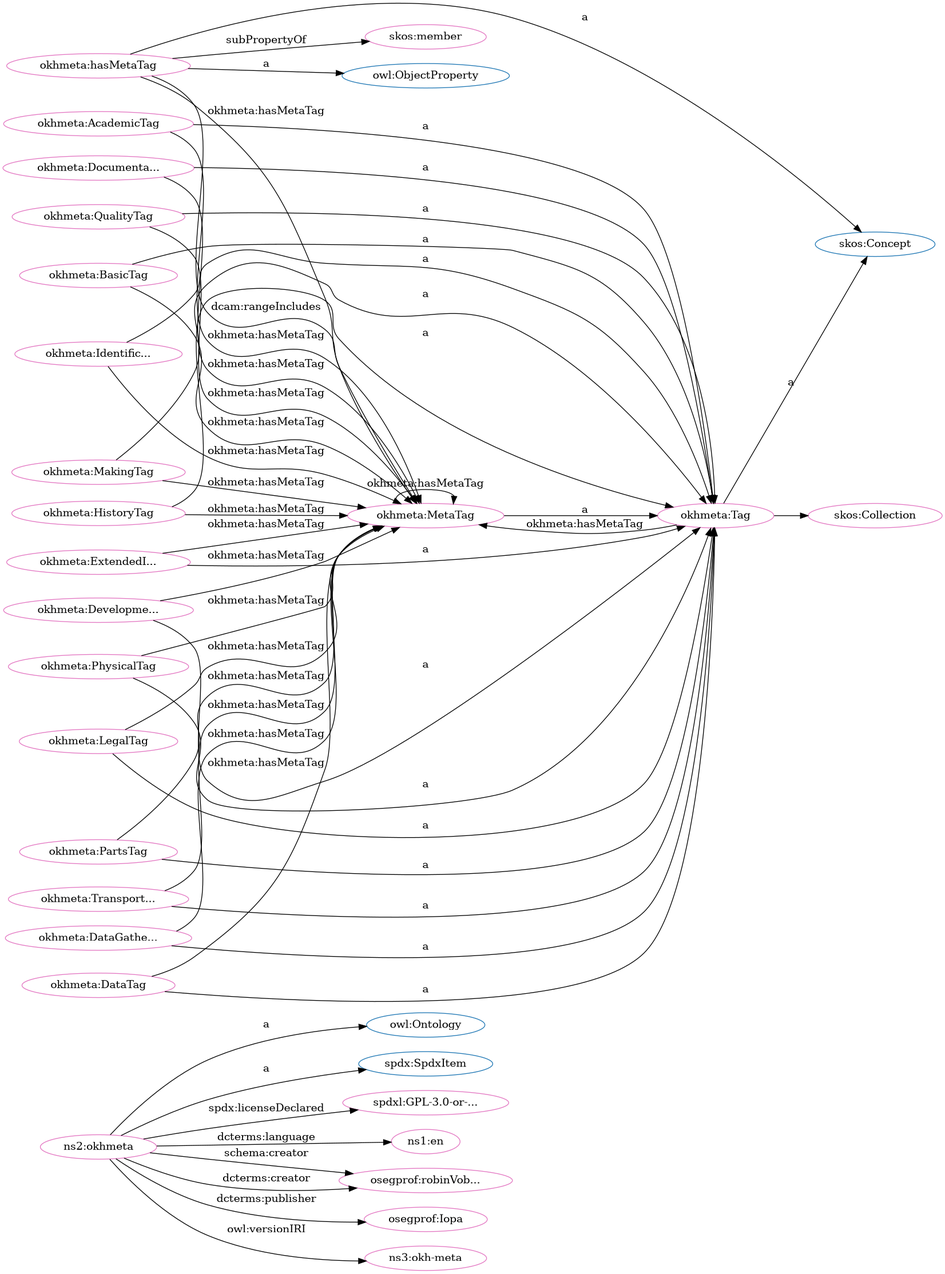
This is src/spec/dot_okh-meta.png from iop-alliance/OpenKnowHow, a Graphviz export, as it was before one commit. Its source is kept beside it as src/spec/dot_okh-meta.dot.
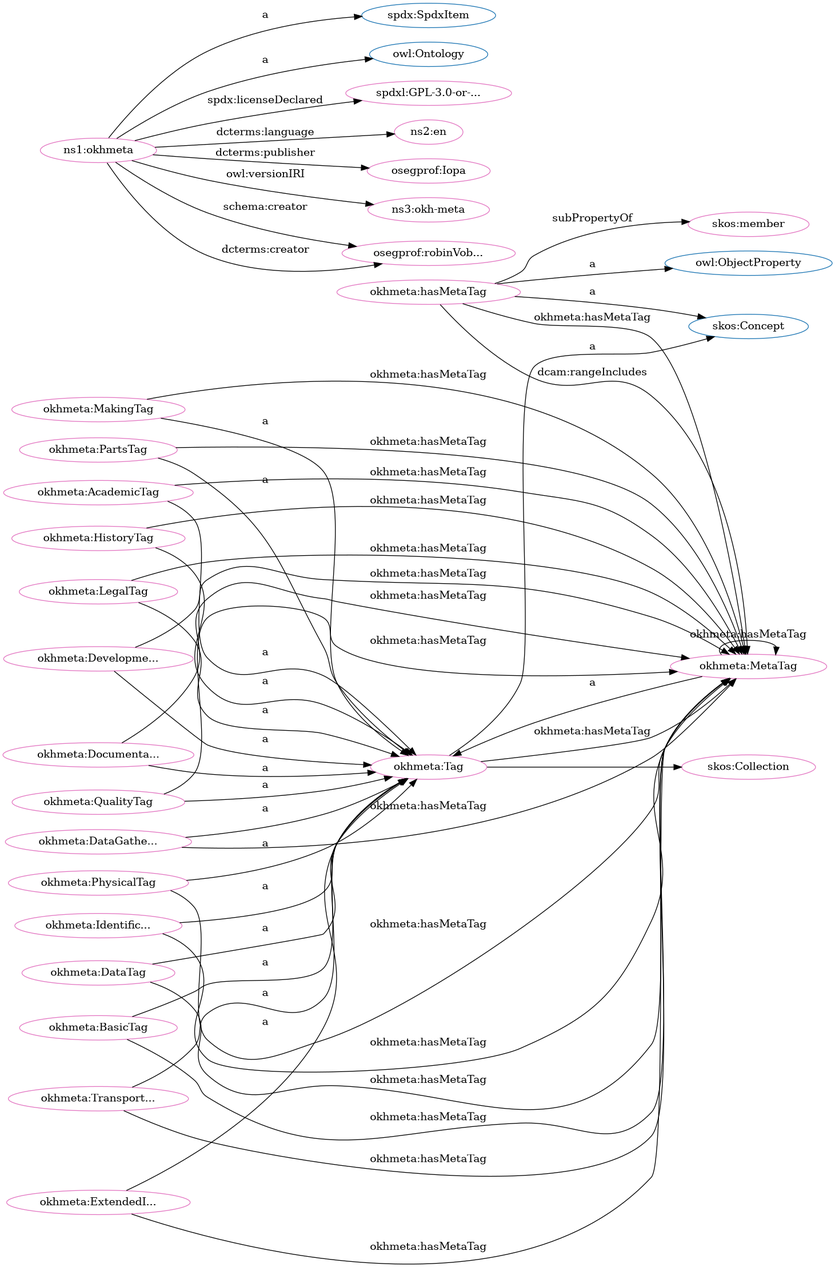
After the change.

What changed in the source:
```diff
@@ -1,84 +1,84 @@
 digraph G {
   rankdir=BT
   node[height=.3]
+"http://www.w3.org/2004/02/skos/core#Collection" [fillcolor="#1f77b4" color="#1f77b4" label="skos:Collection"]
+"http://spdx.org/rdf/terms#SpdxItem" [fillcolor="#1f77b4" color="#1f77b4" label="spdx:SpdxItem"]
+"http://w3id.org/oseg/ont/okhmeta#Tag" [fillcolor="#1f77b4" color="#1f77b4" label="okhmeta:Tag"]
+"http://www.w3.org/2004/02/skos/core#Concept" [fillcolor="#1f77b4" color="#1f77b4" label="skos:Concept"]
+"http://www.w3.org/2002/07/owl#ObjectProperty" [fillcolor="#1f77b4" color="#1f77b4" label="owl:ObjectProperty"]
 "http://www.w3.org/2002/07/owl#Ontology" [fillcolor="#1f77b4" color="#1f77b4" label="owl:Ontology"]
-"http://www.w3.org/2002/07/owl#ObjectProperty" [fillcolor="#1f77b4" color="#1f77b4" label="owl:ObjectProperty"]
-"http://www.w3.org/2004/02/skos/core#Collection" [fillcolor="#1f77b4" color="#1f77b4" label="skos:Collection"]
-"http://www.w3.org/2004/02/skos/core#Concept" [fillcolor="#1f77b4" color="#1f77b4" label="skos:Concept"]
-"http://w3id.org/oseg/ont/okhmeta#Tag" [fillcolor="#1f77b4" color="#1f77b4" label="okhmeta:Tag"]
-"http://spdx.org/rdf/terms#SpdxItem" [fillcolor="#1f77b4" color="#1f77b4" label="spdx:SpdxItem"]
-"http://w3id.org/oseg/ont/okhmeta#ExtendedInfoTag" [fillcolor="#e377c2" color="#e377c2" label="okhmeta:ExtendedI..."]
-"http://w3id.org/oseg/ont/okhmeta#DataTag" [fillcolor="#e377c2" color="#e377c2" label="okhmeta:DataTag"]
+"http://spdx.org/licenses/GPL-3.0-or-later" [fillcolor="#e377c2" color="#e377c2" label="spdxl:GPL-3.0-or-..."]
+"http://w3id.org/oseg/ont/okhmeta" [fillcolor="#e377c2" color="#e377c2" label="ns1:okhmeta"]
+"http://www.w3.org/2004/02/skos/core#member" [fillcolor="#e377c2" color="#e377c2" label="skos:member"]
 "http://w3id.org/oseg/ont/okhmeta#IdentificationTag" [fillcolor="#e377c2" color="#e377c2" label="okhmeta:Identific..."]
 "http://w3id.org/oseg/ont/okhmeta#MetaTag" [fillcolor="#e377c2" color="#e377c2" label="okhmeta:MetaTag"]
-"http://w3id.org/oseg/ont/okhmeta#LegalTag" [fillcolor="#e377c2" color="#e377c2" label="okhmeta:LegalTag"]
-"http://spdx.org/licenses/GPL-3.0-or-later" [fillcolor="#e377c2" color="#e377c2" label="spdxl:GPL-3.0-or-..."]
-"http://www.w3.org/2004/02/skos/core#member" [fillcolor="#e377c2" color="#e377c2" label="skos:member"]
+"http://w3id.org/oseg/ont/okhmeta#AcademicTag" [fillcolor="#e377c2" color="#e377c2" label="okhmeta:AcademicTag"]
+"http://w3id.org/oseg/ont/okhmeta#MakingTag" [fillcolor="#e377c2" color="#e377c2" label="okhmeta:MakingTag"]
+"http://w3id.org/oseg/ont/okhmeta#PhysicalTag" [fillcolor="#e377c2" color="#e377c2" label="okhmeta:PhysicalTag"]
+"http://w3id.org/oseg/ont/okhmeta#DevelopmentTag" [fillcolor="#e377c2" color="#e377c2" label="okhmeta:Developme..."]
+"http://id.loc.gov/vocabulary/iso639-1/en" [fillcolor="#e377c2" color="#e377c2" label="ns2:en"]
+"http://w3id.org/oseg/ont/okhmeta#hasMetaTag" [fillcolor="#e377c2" color="#e377c2" label="okhmeta:hasMetaTag"]
+"http://w3id.org/oseg/ont/okhmeta#PartsTag" [fillcolor="#e377c2" color="#e377c2" label="okhmeta:PartsTag"]
+"http://w3id.org/oseg/ont/okhmeta#TransportationTag" [fillcolor="#e377c2" color="#e377c2" label="okhmeta:Transport..."]
+"http://w3id.org/oseg/ont/okhmeta#DataGatheringTag" [fillcolor="#e377c2" color="#e377c2" label="okhmeta:DataGathe..."]
+"http://w3id.org/oseg/ont/okhmeta#Tag" [fillcolor="#e377c2" color="#e377c2" label="okhmeta:Tag"]
+"http://w3id.org/oseg/ont/oseg-profiles#Iopa" [fillcolor="#e377c2" color="#e377c2" label="osegprof:Iopa"]
+"http://w3id.org/oseg/ont/okhmeta#ExtendedInfoTag" [fillcolor="#e377c2" color="#e377c2" label="okhmeta:ExtendedI..."]
+"http://w3id.org/oseg/ont/1.1.0/okh-meta" [fillcolor="#e377c2" color="#e377c2" label="ns3:okh-meta"]
 "http://w3id.org/oseg/ont/okhmeta#DocumentationTag" [fillcolor="#e377c2" color="#e377c2" label="okhmeta:Documenta..."]
 "http://w3id.org/oseg/ont/okhmeta#BasicTag" [fillcolor="#e377c2" color="#e377c2" label="okhmeta:BasicTag"]
-"http://w3id.org/oseg/ont/okhmeta#HistoryTag" [fillcolor="#e377c2" color="#e377c2" label="okhmeta:HistoryTag"]
-"http://w3id.org/oseg/ont/okhmeta#QualityTag" [fillcolor="#e377c2" color="#e377c2" label="okhmeta:QualityTag"]
-"http://id.loc.gov/vocabulary/iso639-1/en" [fillcolor="#e377c2" color="#e377c2" label="ns1:en"]
-"http://w3id.org/oseg/ont/okhmeta" [fillcolor="#e377c2" color="#e377c2" label="ns2:okhmeta"]
 "http://w3id.org/oseg/ont/oseg-profiles#robinVobruba" [fillcolor="#e377c2" color="#e377c2" label="osegprof:robinVob..."]
 "http://www.w3.org/2004/02/skos/core#Collection" [fillcolor="#e377c2" color="#e377c2" label="skos:Collection"]
-"http://w3id.org/oseg/ont/okhmeta#DataGatheringTag" [fillcolor="#e377c2" color="#e377c2" label="okhmeta:DataGathe..."]
-"http://w3id.org/oseg/ont/okhmeta#DevelopmentTag" [fillcolor="#e377c2" color="#e377c2" label="okhmeta:Developme..."]
-"http://w3id.org/oseg/ont/okhmeta#hasMetaTag" [fillcolor="#e377c2" color="#e377c2" label="okhmeta:hasMetaTag"]
-"http://w3id.org/oseg/ont/okhmeta#AcademicTag" [fillcolor="#e377c2" color="#e377c2" label="okhmeta:AcademicTag"]
-"http://w3id.org/oseg/ont/oseg-profiles#Iopa" [fillcolor="#e377c2" color="#e377c2" label="osegprof:Iopa"]
-"http://w3id.org/oseg/ont/okhmeta#PhysicalTag" [fillcolor="#e377c2" color="#e377c2" label="okhmeta:PhysicalTag"]
-"http://w3id.org/oseg/ont/okhmeta#PartsTag" [fillcolor="#e377c2" color="#e377c2" label="okhmeta:PartsTag"]
-"http://w3id.org/oseg/ont/okhmeta#Tag" [fillcolor="#e377c2" color="#e377c2" label="okhmeta:Tag"]
-"http://w3id.org/oseg/ont/1.1.0/okh-meta" [fillcolor="#e377c2" color="#e377c2" label="ns3:okh-meta"]
-"http://w3id.org/oseg/ont/okhmeta#TransportationTag" [fillcolor="#e377c2" color="#e377c2" label="okhmeta:Transport..."]
-"http://w3id.org/oseg/ont/okhmeta#MakingTag" [fillcolor="#e377c2" color="#e377c2" label="okhmeta:MakingTag"]
+"http://w3id.org/oseg/ont/okhmeta#QualityTag" [fillcolor="#e377c2" color="#e377c2" label="okhmeta:QualityTag"]
+"http://w3id.org/oseg/ont/okhmeta#LegalTag" [fillcolor="#e377c2" color="#e377c2" label="okhmeta:LegalTag"]
+"http://w3id.org/oseg/ont/okhmeta#DataTag" [fillcolor="#e377c2" color="#e377c2" label="okhmeta:DataTag"]
+"http://w3id.org/oseg/ont/okhmeta#HistoryTag" [fillcolor="#e377c2" color="#e377c2" label="okhmeta:HistoryTag"]
+  "http://w3id.org/oseg/ont/okhmeta" -> "http://spdx.org/licenses/GPL-3.0-or-later" [label="spdx:licenseDeclared"]
+  "http://w3id.org/oseg/ont/okhmeta#DocumentationTag" -> "http://w3id.org/oseg/ont/okhmeta#MetaTag" [label="okhmeta:hasMetaTag"]
+  "http://w3id.org/oseg/ont/okhmeta#MakingTag" -> "http://w3id.org/oseg/ont/okhmeta#Tag" [label="a"]
+  "http://w3id.org/oseg/ont/okhmeta#LegalTag" -> "http://w3id.org/oseg/ont/okhmeta#MetaTag" [label="okhmeta:hasMetaTag"]
+  "http://w3id.org/oseg/ont/okhmeta#hasMetaTag" -> "http://w3id.org/oseg/ont/okhmeta#MetaTag" [label="okhmeta:hasMetaTag"]
   "http://w3id.org/oseg/ont/okhmeta#DevelopmentTag" -> "http://w3id.org/oseg/ont/okhmeta#MetaTag" [label="okhmeta:hasMetaTag"]
+  "http://w3id.org/oseg/ont/okhmeta#PartsTag" -> "http://w3id.org/oseg/ont/okhmeta#Tag" [label="a"]
+  "http://w3id.org/oseg/ont/okhmeta#DataTag" -> "http://w3id.org/oseg/ont/okhmeta#MetaTag" [label="okhmeta:hasMetaTag"]
+  "http://w3id.org/oseg/ont/okhmeta#HistoryTag" -> "http://w3id.org/oseg/ont/okhmeta#MetaTag" [label="okhmeta:hasMetaTag"]
+  "http://w3id.org/oseg/ont/okhmeta#Tag" -> "http://www.w3.org/2004/02/skos/core#Concept" [label="a"]
+  "http://w3id.org/oseg/ont/okhmeta#ExtendedInfoTag" -> "http://w3id.org/oseg/ont/okhmeta#MetaTag" [label="okhmeta:hasMetaTag"]
+  "http://w3id.org/oseg/ont/okhmeta#BasicTag" -> "http://w3id.org/oseg/ont/okhmeta#Tag" [label="a"]
+  "http://w3id.org/oseg/ont/okhmeta" -> "http://w3id.org/oseg/ont/oseg-profiles#robinVobruba" [label="schema:creator"]
+  "http://w3id.org/oseg/ont/okhmeta#hasMetaTag" -> "http://w3id.org/oseg/ont/okhmeta#MetaTag" [label="dcam:rangeIncludes"]
+  "http://w3id.org/oseg/ont/okhmeta#MetaTag" -> "http://w3id.org/oseg/ont/okhmeta#Tag" [label="a"]
+  "http://w3id.org/oseg/ont/okhmeta#QualityTag" -> "http://w3id.org/oseg/ont/okhmeta#Tag" [label="a"]
+  "http://w3id.org/oseg/ont/okhmeta#DataTag" -> "http://w3id.org/oseg/ont/okhmeta#Tag" [label="a"]
+  "http://w3id.org/oseg/ont/okhmeta#hasMetaTag" -> "http://www.w3.org/2002/07/owl#ObjectProperty" [label="a"]
+  "http://w3id.org/oseg/ont/okhmeta#PartsTag" -> "http://w3id.org/oseg/ont/okhmeta#MetaTag" [label="okhmeta:hasMetaTag"]
+  "http://w3id.org/oseg/ont/okhmeta" -> "http://www.w3.org/2002/07/owl#Ontology" [label="a"]
+  "http://w3id.org/oseg/ont/okhmeta#hasMetaTag" -> "http://www.w3.org/2004/02/skos/core#member" [label="subPropertyOf"]
+  "http://w3id.org/oseg/ont/okhmeta#IdentificationTag" -> "http://w3id.org/oseg/ont/okhmeta#Tag" [label="a"]
+  "http://w3id.org/oseg/ont/okhmeta#TransportationTag" -> "http://w3id.org/oseg/ont/okhmeta#MetaTag" [label="okhmeta:hasMetaTag"]
+  "http://w3id.org/oseg/ont/okhmeta#DataGatheringTag" -> "http://w3id.org/oseg/ont/okhmeta#MetaTag" [label="okhmeta:hasMetaTag"]
+  "http://w3id.org/oseg/ont/okhmeta" -> "http://spdx.org/rdf/terms#SpdxItem" [label="a"]
+  "http://w3id.org/oseg/ont/okhmeta#BasicTag" -> "http://w3id.org/oseg/ont/okhmeta#MetaTag" [label="okhmeta:hasMetaTag"]
+  "http://w3id.org/oseg/ont/okhmeta#AcademicTag" -> "http://w3id.org/oseg/ont/okhmeta#Tag" [label="a"]
+  "http://w3id.org/oseg/ont/okhmeta#PhysicalTag" -> "http://w3id.org/oseg/ont/okhmeta#Tag" [label="a"]
+  "http://w3id.org/oseg/ont/okhmeta#DevelopmentTag" -> "http://w3id.org/oseg/ont/okhmeta#Tag" [label="a"]
+  "http://w3id.org/oseg/ont/okhmeta" -> "http://id.loc.gov/vocabulary/iso639-1/en" [label="dcterms:language"]
+  "http://w3id.org/oseg/ont/okhmeta#hasMetaTag" -> "http://www.w3.org/2004/02/skos/core#Concept" [label="a"]
+  "http://w3id.org/oseg/ont/okhmeta#TransportationTag" -> "http://w3id.org/oseg/ont/okhmeta#Tag" [label="a"]
+  "http://w3id.org/oseg/ont/okhmeta#Tag" -> "http://w3id.org/oseg/ont/okhmeta#MetaTag" [label="okhmeta:hasMetaTag"]
+  "http://w3id.org/oseg/ont/okhmeta#DataGatheringTag" -> "http://w3id.org/oseg/ont/okhmeta#Tag" [label="a"]
+  "http://w3id.org/oseg/ont/okhmeta#IdentificationTag" -> "http://w3id.org/oseg/ont/okhmeta#MetaTag" [label="okhmeta:hasMetaTag"]
+  "http://w3id.org/oseg/ont/okhmeta" -> "http://w3id.org/oseg/ont/oseg-profiles#Iopa" [label="dcterms:publisher"]
+  "http://w3id.org/oseg/ont/okhmeta#ExtendedInfoTag" -> "http://w3id.org/oseg/ont/okhmeta#Tag" [label="a"]
+  "http://w3id.org/oseg/ont/okhmeta" -> "http://w3id.org/oseg/ont/1.1.0/okh-meta" [label="owl:versionIRI"]
+  "http://w3id.org/oseg/ont/okhmeta#DocumentationTag" -> "http://w3id.org/oseg/ont/okhmeta#Tag" [label="a"]
+  "http://w3id.org/oseg/ont/okhmeta#AcademicTag" -> "http://w3id.org/oseg/ont/okhmeta#MetaTag" [label="okhmeta:hasMetaTag"]
+  "http://w3id.org/oseg/ont/okhmeta" -> "http://w3id.org/oseg/ont/oseg-profiles#robinVobruba" [label="dcterms:creator"]
+  "http://w3id.org/oseg/ont/okhmeta#Tag" -> "http://www.w3.org/2004/02/skos/core#Collection" [label=""]
+  "http://w3id.org/oseg/ont/okhmeta#PhysicalTag" -> "http://w3id.org/oseg/ont/okhmeta#MetaTag" [label="okhmeta:hasMetaTag"]
   "http://w3id.org/oseg/ont/okhmeta#LegalTag" -> "http://w3id.org/oseg/ont/okhmeta#Tag" [label="a"]
-  "http://w3id.org/oseg/ont/okhmeta#PartsTag" -> "http://w3id.org/oseg/ont/okhmeta#MetaTag" [label="okhmeta:hasMetaTag"]
-  "http://w3id.org/oseg/ont/okhmeta#DocumentationTag" -> "http://w3id.org/oseg/ont/okhmeta#Tag" [label="a"]
-  "http://w3id.org/oseg/ont/okhmeta#MetaTag" -> "http://w3id.org/oseg/ont/okhmeta#Tag" [label="a"]
-  "http://w3id.org/oseg/ont/okhmeta#ExtendedInfoTag" -> "http://w3id.org/oseg/ont/okhmeta#MetaTag" [label="okhmeta:hasMetaTag"]
+  "http://w3id.org/oseg/ont/okhmeta#MetaTag" -> "http://w3id.org/oseg/ont/okhmeta#MetaTag" [label="okhmeta:hasMetaTag"]
+  "http://w3id.org/oseg/ont/okhmeta#MakingTag" -> "http://w3id.org/oseg/ont/okhmeta#MetaTag" [label="okhmeta:hasMetaTag"]
+  "http://w3id.org/oseg/ont/okhmeta#QualityTag" -> "http://w3id.org/oseg/ont/okhmeta#MetaTag" [label="okhmeta:hasMetaTag"]
   "http://w3id.org/oseg/ont/okhmeta#HistoryTag" -> "http://w3id.org/oseg/ont/okhmeta#Tag" [label="a"]
-  "http://w3id.org/oseg/ont/okhmeta#QualityTag" -> "http://w3id.org/oseg/ont/okhmeta#Tag" [label="a"]
-  "http://w3id.org/oseg/ont/okhmeta#MakingTag" -> "http://w3id.org/oseg/ont/okhmeta#MetaTag" [label="okhmeta:hasMetaTag"]
-  "http://w3id.org/oseg/ont/okhmeta#DataTag" -> "http://w3id.org/oseg/ont/okhmeta#MetaTag" [label="okhmeta:hasMetaTag"]
-  "http://w3id.org/oseg/ont/okhmeta#IdentificationTag" -> "http://w3id.org/oseg/ont/okhmeta#MetaTag" [label="okhmeta:hasMetaTag"]
-  "http://w3id.org/oseg/ont/okhmeta" -> "http://w3id.org/oseg/ont/oseg-profiles#robinVobruba" [label="schema:creator"]
-  "http://w3id.org/oseg/ont/okhmeta#Tag" -> "http://www.w3.org/2004/02/skos/core#Collection" [label=""]
-  "http://w3id.org/oseg/ont/okhmeta#DevelopmentTag" -> "http://w3id.org/oseg/ont/okhmeta#Tag" [label="a"]
-  "http://w3id.org/oseg/ont/okhmeta#PartsTag" -> "http://w3id.org/oseg/ont/okhmeta#Tag" [label="a"]
-  "http://w3id.org/oseg/ont/okhmeta#BasicTag" -> "http://w3id.org/oseg/ont/okhmeta#MetaTag" [label="okhmeta:hasMetaTag"]
-  "http://w3id.org/oseg/ont/okhmeta#Tag" -> "http://www.w3.org/2004/02/skos/core#Concept" [label="a"]
-  "http://w3id.org/oseg/ont/okhmeta" -> "http://w3id.org/oseg/ont/1.1.0/okh-meta" [label="owl:versionIRI"]
-  "http://w3id.org/oseg/ont/okhmeta#TransportationTag" -> "http://w3id.org/oseg/ont/okhmeta#Tag" [label="a"]
-  "http://w3id.org/oseg/ont/okhmeta#MakingTag" -> "http://w3id.org/oseg/ont/okhmeta#Tag" [label="a"]
-  "http://w3id.org/oseg/ont/okhmeta#DataGatheringTag" -> "http://w3id.org/oseg/ont/okhmeta#MetaTag" [label="okhmeta:hasMetaTag"]
-  "http://w3id.org/oseg/ont/okhmeta#ExtendedInfoTag" -> "http://w3id.org/oseg/ont/okhmeta#Tag" [label="a"]
-  "http://w3id.org/oseg/ont/okhmeta#DataTag" -> "http://w3id.org/oseg/ont/okhmeta#Tag" [label="a"]
-  "http://w3id.org/oseg/ont/okhmeta#IdentificationTag" -> "http://w3id.org/oseg/ont/okhmeta#Tag" [label="a"]
-  "http://w3id.org/oseg/ont/okhmeta#PhysicalTag" -> "http://w3id.org/oseg/ont/okhmeta#MetaTag" [label="okhmeta:hasMetaTag"]
-  "http://w3id.org/oseg/ont/okhmeta#AcademicTag" -> "http://w3id.org/oseg/ont/okhmeta#MetaTag" [label="okhmeta:hasMetaTag"]
-  "http://w3id.org/oseg/ont/okhmeta#Tag" -> "http://w3id.org/oseg/ont/okhmeta#MetaTag" [label="okhmeta:hasMetaTag"]
-  "http://w3id.org/oseg/ont/okhmeta" -> "http://spdx.org/licenses/GPL-3.0-or-later" [label="spdx:licenseDeclared"]
-  "http://w3id.org/oseg/ont/okhmeta#MetaTag" -> "http://w3id.org/oseg/ont/okhmeta#MetaTag" [label="okhmeta:hasMetaTag"]
-  "http://w3id.org/oseg/ont/okhmeta#hasMetaTag" -> "http://www.w3.org/2004/02/skos/core#member" [label="subPropertyOf"]
-  "http://w3id.org/oseg/ont/okhmeta#hasMetaTag" -> "http://w3id.org/oseg/ont/okhmeta#MetaTag" [label="okhmeta:hasMetaTag"]
-  "http://w3id.org/oseg/ont/okhmeta#BasicTag" -> "http://w3id.org/oseg/ont/okhmeta#Tag" [label="a"]
-  "http://w3id.org/oseg/ont/okhmeta#HistoryTag" -> "http://w3id.org/oseg/ont/okhmeta#MetaTag" [label="okhmeta:hasMetaTag"]
-  "http://w3id.org/oseg/ont/okhmeta#LegalTag" -> "http://w3id.org/oseg/ont/okhmeta#MetaTag" [label="okhmeta:hasMetaTag"]
-  "http://w3id.org/oseg/ont/okhmeta" -> "http://www.w3.org/2002/07/owl#Ontology" [label="a"]
-  "http://w3id.org/oseg/ont/okhmeta#DataGatheringTag" -> "http://w3id.org/oseg/ont/okhmeta#Tag" [label="a"]
-  "http://w3id.org/oseg/ont/okhmeta#hasMetaTag" -> "http://www.w3.org/2004/02/skos/core#Concept" [label="a"]
-  "http://w3id.org/oseg/ont/okhmeta#AcademicTag" -> "http://w3id.org/oseg/ont/okhmeta#Tag" [label="a"]
-  "http://w3id.org/oseg/ont/okhmeta#hasMetaTag" -> "http://www.w3.org/2002/07/owl#ObjectProperty" [label="a"]
-  "http://w3id.org/oseg/ont/okhmeta" -> "http://w3id.org/oseg/ont/oseg-profiles#Iopa" [label="dcterms:publisher"]
-  "http://w3id.org/oseg/ont/okhmeta#PhysicalTag" -> "http://w3id.org/oseg/ont/okhmeta#Tag" [label="a"]
-  "http://w3id.org/oseg/ont/okhmeta" -> "http://w3id.org/oseg/ont/oseg-profiles#robinVobruba" [label="dcterms:creator"]
-  "http://w3id.org/oseg/ont/okhmeta" -> "http://spdx.org/rdf/terms#SpdxItem" [label="a"]
-  "http://w3id.org/oseg/ont/okhmeta#DocumentationTag" -> "http://w3id.org/oseg/ont/okhmeta#MetaTag" [label="okhmeta:hasMetaTag"]
-  "http://w3id.org/oseg/ont/okhmeta#QualityTag" -> "http://w3id.org/oseg/ont/okhmeta#MetaTag" [label="okhmeta:hasMetaTag"]
-  "http://w3id.org/oseg/ont/okhmeta#hasMetaTag" -> "http://w3id.org/oseg/ont/okhmeta#MetaTag" [label="dcam:rangeIncludes"]
-  "http://w3id.org/oseg/ont/okhmeta#TransportationTag" -> "http://w3id.org/oseg/ont/okhmeta#MetaTag" [label="okhmeta:hasMetaTag"]
-  "http://w3id.org/oseg/ont/okhmeta" -> "http://id.loc.gov/vocabulary/iso639-1/en" [label="dcterms:language"]
 }
```
